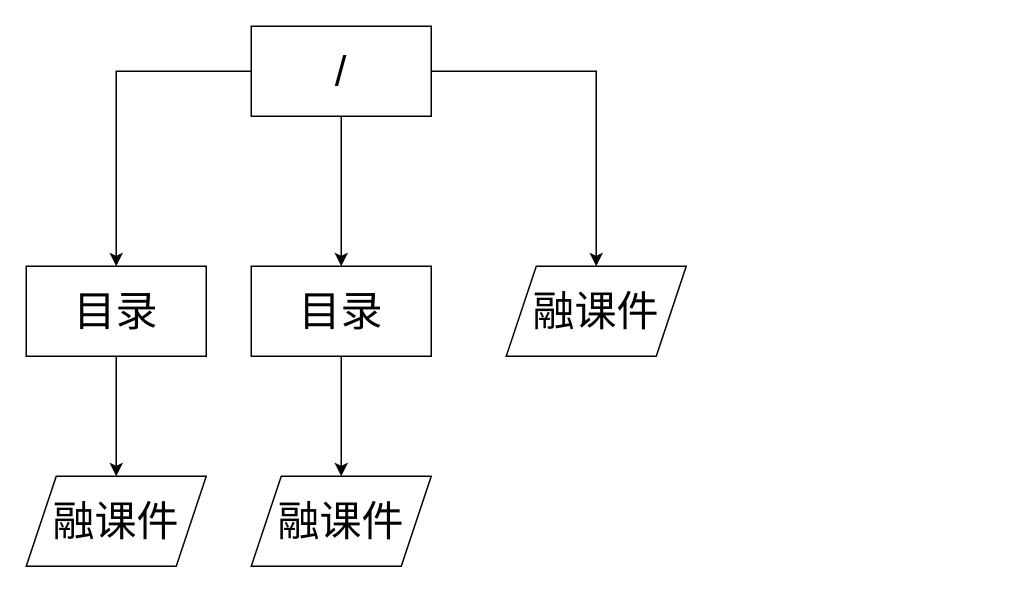
The draw.io diagram page "Page-5" (5 of 5) of drawio/未命名绘图.drawio in izhaoyong/oss, before the edit. Source tidied: cells renumbered, new cells numbered last; positions are measured from the earlier drawing's top-left corner, leaving out a move shared by most shapes. Both pictures are drawn from the tidied source at 150%, with x=0, y=0 at pixel (26, 26).
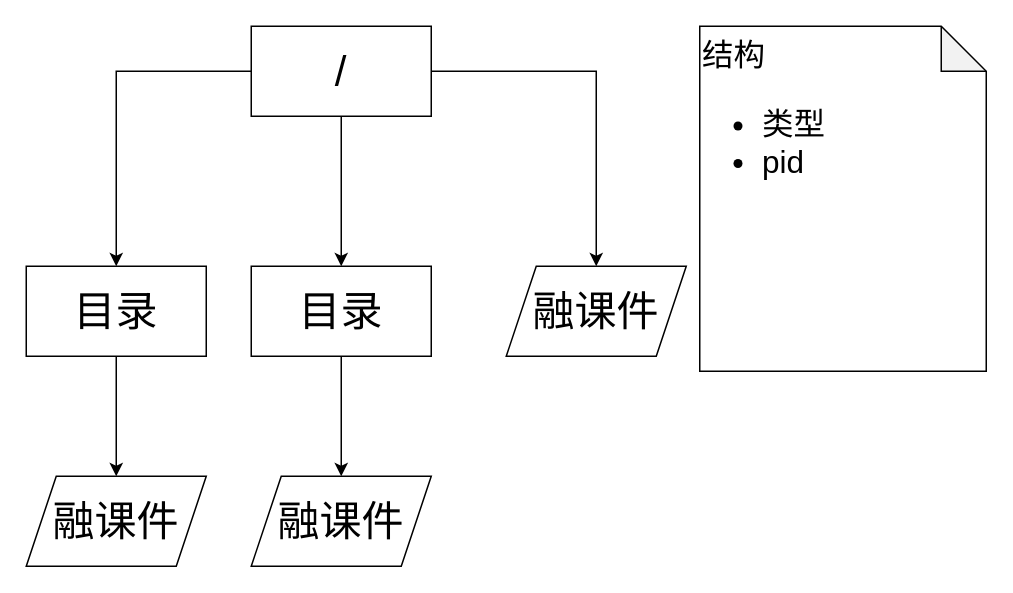
The same page after the edit.

Commit message:
更新未命名绘图.drawio

What changed in the source:
```diff
@@
 <mxGraphModel>
   <root>
     <mxCell id="0" />
     <mxCell id="1" parent="0" />
     <mxCell id="2" style="edgeStyle=orthogonalEdgeStyle;rounded=0;jettySize=auto;html=1;fontSize=28;" parent="1" edge="1" source="5" target="7">
       <mxGeometry relative="1" as="geometry" />
     </mxCell>
     <mxCell id="3" style="edgeStyle=orthogonalEdgeStyle;rounded=0;jettySize=auto;html=1;fontSize=28;" parent="1" edge="1" source="5" target="9">
       <mxGeometry relative="1" as="geometry" />
     </mxCell>
     <mxCell id="4" style="edgeStyle=orthogonalEdgeStyle;rounded=0;jettySize=auto;html=1;fontSize=28;" parent="1" edge="1" source="5" target="10">
       <mxGeometry relative="1" as="geometry" />
     </mxCell>
     <mxCell id="5" value="/" style="rounded=0;whiteSpace=wrap;html=1;fontSize=28;" parent="1" vertex="1">
       <mxGeometry x="150" width="120" height="60" as="geometry" />
     </mxCell>
     <mxCell id="6" style="edgeStyle=orthogonalEdgeStyle;rounded=0;jettySize=auto;html=1;fontSize=28;" parent="1" edge="1" source="7" target="11">
       <mxGeometry relative="1" as="geometry" />
     </mxCell>
     <mxCell id="7" value="目录" style="rounded=0;whiteSpace=wrap;html=1;fontSize=28;" parent="1" vertex="1">
       <mxGeometry y="160" width="120" height="60" as="geometry" />
     </mxCell>
     <mxCell id="8" style="edgeStyle=orthogonalEdgeStyle;rounded=0;jettySize=auto;html=1;fontSize=28;" parent="1" edge="1" source="9" target="12">
       <mxGeometry relative="1" as="geometry" />
     </mxCell>
     <mxCell id="9" value="目录" style="rounded=0;whiteSpace=wrap;html=1;fontSize=28;" parent="1" vertex="1">
       <mxGeometry x="150" y="160" width="120" height="60" as="geometry" />
     </mxCell>
     <mxCell id="10" value="融课件" style="shape=parallelogram;perimeter=parallelogramPerimeter;whiteSpace=wrap;html=1;fixedSize=1;fontSize=28;rounded=0;" parent="1" vertex="1">
       <mxGeometry x="320" y="160" width="120" height="60" as="geometry" />
     </mxCell>
     <mxCell id="11" value="融课件" style="shape=parallelogram;perimeter=parallelogramPerimeter;whiteSpace=wrap;html=1;fixedSize=1;fontSize=28;rounded=0;" parent="1" vertex="1">
       <mxGeometry y="300" width="120" height="60" as="geometry" />
     </mxCell>
     <mxCell id="12" value="融课件" style="shape=parallelogram;perimeter=parallelogramPerimeter;whiteSpace=wrap;html=1;fixedSize=1;fontSize=28;rounded=0;" parent="1" vertex="1">
       <mxGeometry x="150" y="300" width="120" height="60" as="geometry" />
     </mxCell>
+    <mxCell id="13" value="结构&lt;br&gt;&lt;ul&gt;&lt;li&gt;类型&lt;/li&gt;&lt;li&gt;pid&amp;nbsp;&amp;nbsp;&lt;/li&gt;&lt;/ul&gt;" style="shape=note;whiteSpace=wrap;html=1;backgroundOutline=1;darkOpacity=0.05;fontSize=21;align=left;verticalAlign=top;" parent="1" vertex="1">
+      <mxGeometry x="449" width="191" height="230" as="geometry" />
+    </mxCell>
   </root>
 </mxGraphModel>
```
